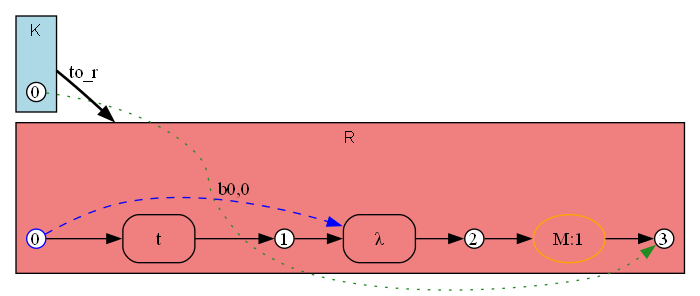
The Graphviz diagram crates/bhyp/images/test_example_beta_rule_instance_v_to_lambda_x_tx/instantiated_rule_span_to_r.png in ammatsui/bhypvis, before a commit. Its source is kept beside it as crates/bhyp/images/test_example_beta_rule_instance_v_to_lambda_x_tx/instantiated_rule_span_to_r.dot.
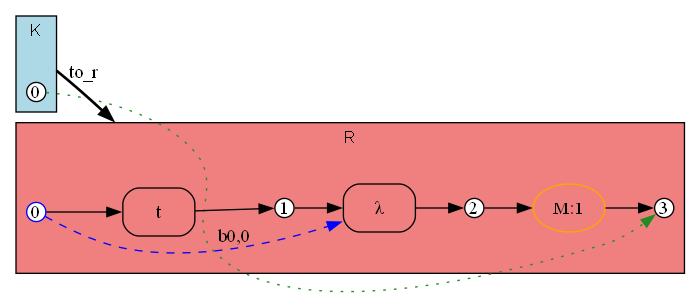
The same file after the commit.

What changed in the source:
```diff
@@ -23,20 +23,20 @@
     fontname="Helvetica";
     fontsize=12;
 
+    cod_n3 [label="3", shape=circle, style=filled, fillcolor=white, color="black", width=0.2, height=0.2, fixedsize=true];
+    cod_n0 [label="0", shape=circle, style=filled, fillcolor=white, color="blue", width=0.2, height=0.2, fixedsize=true];
     cod_n1 [label="1", shape=circle, style=filled, fillcolor=white, color="black", width=0.2, height=0.2, fixedsize=true];
-    cod_n0 [label="0", shape=circle, style=filled, fillcolor=white, color="blue", width=0.2, height=0.2, fixedsize=true];
     cod_n2 [label="2", shape=circle, style=filled, fillcolor=white, color="black", width=0.2, height=0.2, fixedsize=true];
-    cod_n3 [label="3", shape=circle, style=filled, fillcolor=white, color="black", width=0.2, height=0.2, fixedsize=true];
-    cod_e0 [label="t", shape=box, style=rounded, color="black"];
     cod_e1 [label="λ", shape=box, style=rounded, color="black"];
     cod_e2 [label="M:1", shape=ellipse, style=rounded, color="orange"];
-    cod_n0 -> cod_e0 [label=""];
-    cod_e0 -> cod_n1 [label=""];
+    cod_e0 [label="t", shape=box, style=rounded, color="black"];
     cod_n1 -> cod_e1 [label=""];
     cod_n0 -> cod_e1 [style=dashed, color="blue", constraint=false, label="b0,0"];
     cod_e1 -> cod_n2 [label=""];
     cod_n2 -> cod_e2 [label=""];
     cod_e2 -> cod_n3 [label=""];
+    cod_n0 -> cod_e0 [label=""];
+    cod_e0 -> cod_n1 [label=""];
     cod_anchor [shape=point, width=0, height=0, style=invis];
   }
 
```
